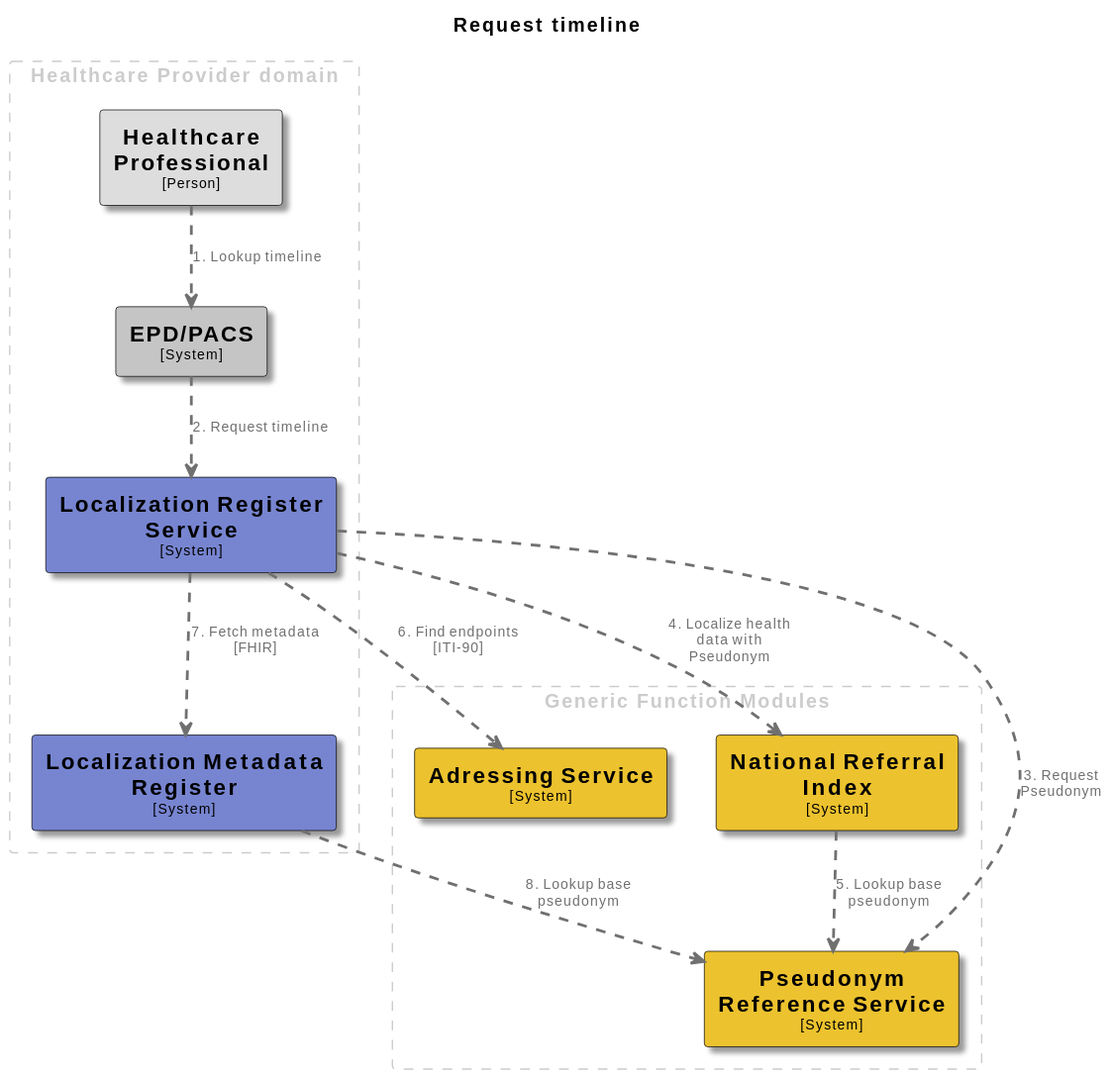
This is docs/images/structurizr-RequestTimeline.svg from minvws/gfmodules-coordination, a PlantUML export, as it was before one commit.
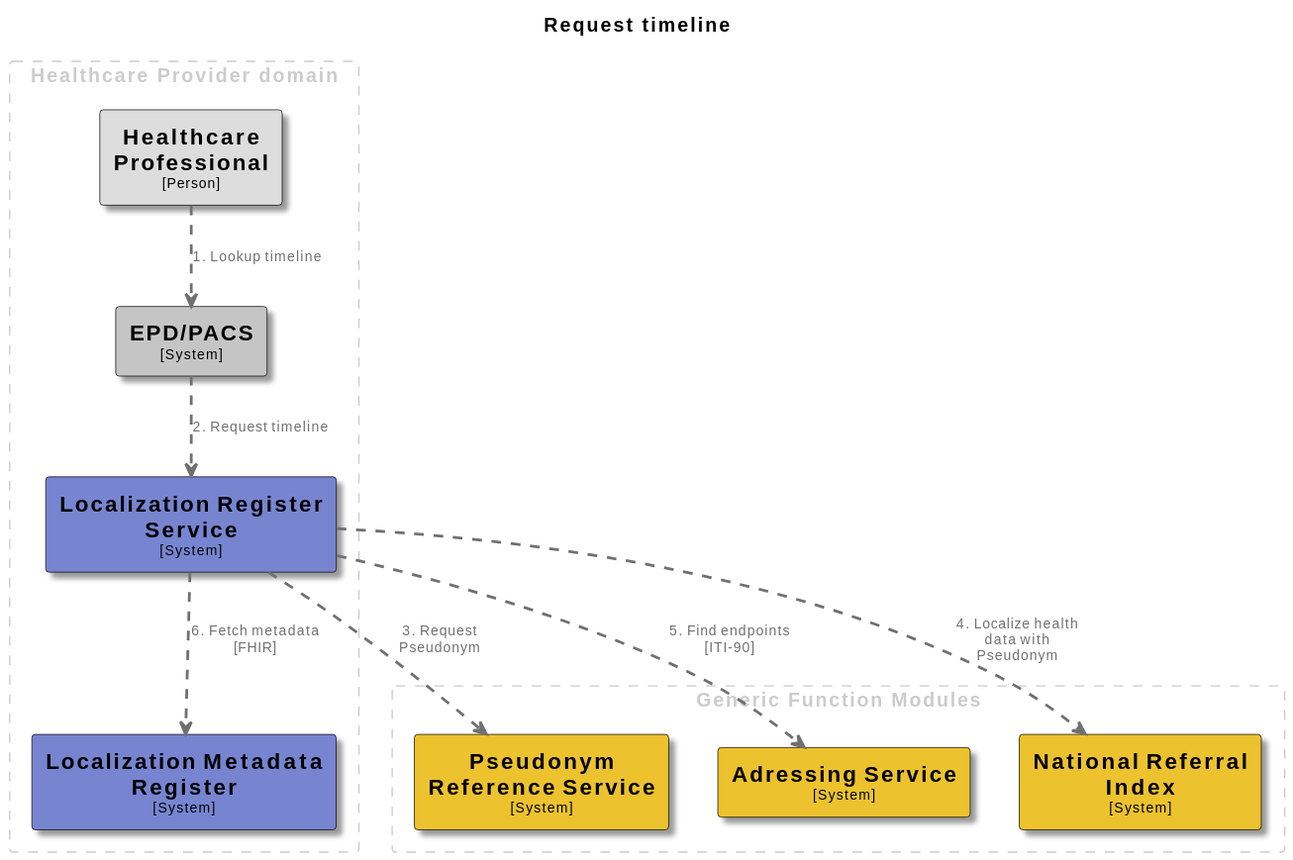
The same diagram one commit later.

Change to the diagram source:
```diff
@@ -81,8 +81,6 @@
 EPDPACS .[#707070,thickness=2].> LocalizationRegisterService : "<color:#707070>2. Request timeline"
 LocalizationRegisterService .[#707070,thickness=2].> PseudonymReferenceService : "<color:#707070>3. Request Pseudonym"
 LocalizationRegisterService .[#707070,thickness=2].> NationalReferralIndex : "<color:#707070>4. Localize health data with Pseudonym"
-NationalReferralIndex .[#707070,thickness=2].> PseudonymReferenceService : "<color:#707070>5. Lookup base pseudonym"
-LocalizationRegisterService .[#707070,thickness=2].> AdressingService : "<color:#707070>6. Find endpoints [ITI-90]"
-LocalizationRegisterService .[#707070,thickness=2].> LocalizationMetadataRegister : "<color:#707070>7. Fetch metadata [FHIR]"
-LocalizationMetadataRegister .[#707070,thickness=2].> PseudonymReferenceService : "<color:#707070>8. Lookup base pseudonym"
+LocalizationRegisterService .[#707070,thickness=2].> AdressingService : "<color:#707070>5. Find endpoints [ITI-90]"
+LocalizationRegisterService .[#707070,thickness=2].> LocalizationMetadataRegister : "<color:#707070>6. Fetch metadata [FHIR]"
 @enduml
```
